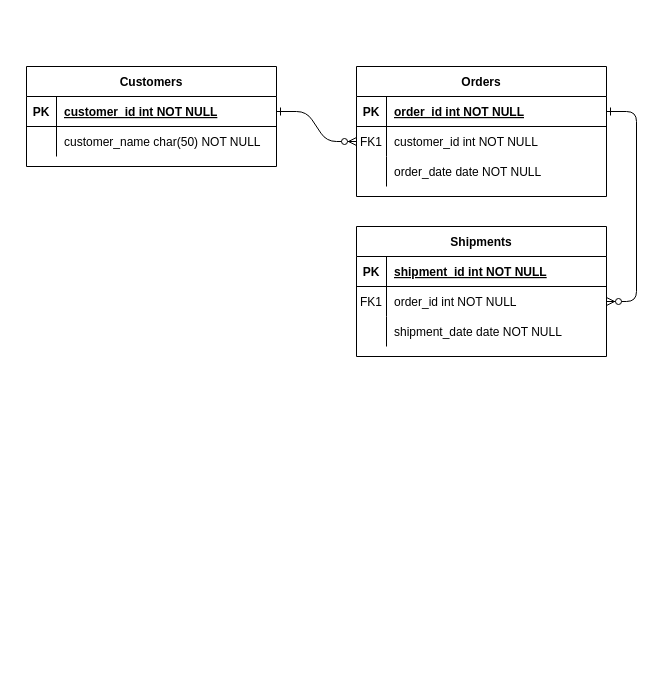
nataleletizia/ServizzGov keeps this draw.io diagram as ServizzGov.drawio. Above is the earlier version. Source tidied: cells renumbered, new cells numbered last; positions are measured from the earlier drawing's top-left corner, leaving out a move shared by most shapes. Both pictures are drawn from the tidied source at 100%, with x=0, y=0 at pixel (26, 66).
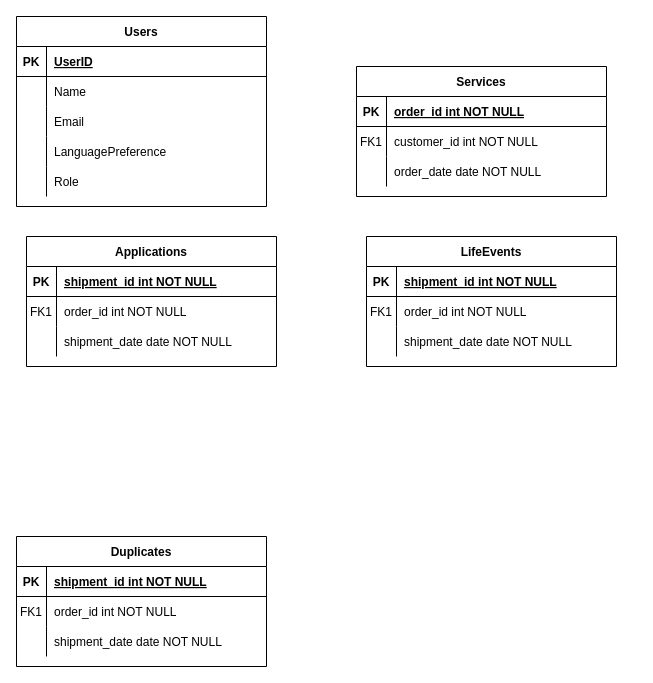
After the change.

The change refers to these unchanged cells:
```xml
<mxCell id="5" style="shape=partialRectangle;fillColor=none;points=[[0,0.5],[1,0.5]];portConstraint=eastwest;top=0;left=0;right=0;bottom=1;" parent="4" vertex="1">
  <mxGeometry y="30" width="250" height="30" as="geometry" />
</mxCell>
<mxCell id="8" style="shape=partialRectangle;fillColor=none;points=[[0,0.5],[1,0.5]];portConstraint=eastwest;top=0;left=0;right=0;bottom=0;" parent="4" vertex="1">
  <mxGeometry y="60" width="250" height="30" as="geometry" />
</mxCell>
<mxCell id="18" style="shape=partialRectangle;fillColor=none;points=[[0,0.5],[1,0.5]];portConstraint=eastwest;top=0;left=0;right=0;bottom=0;" parent="14" vertex="1">
  <mxGeometry y="60" width="250" height="30" as="geometry" />
</mxCell>
<mxCell id="25" style="shape=partialRectangle;fillColor=none;points=[[0,0.5],[1,0.5]];portConstraint=eastwest;top=0;left=0;right=0;bottom=1;" parent="24" vertex="1">
  <mxGeometry y="30" width="250" height="30" as="geometry" />
</mxCell>
<mxCell id="28" style="shape=partialRectangle;fillColor=none;top=0;left=0;right=0;bottom=0;" parent="24" vertex="1">
  <mxGeometry y="60" width="250" height="30" as="geometry" />
</mxCell>
```

What changed in the source:
```diff
@@
-    <mxCell id="2" style="edgeStyle=entityRelationEdgeStyle;endArrow=ERzeroToMany;startArrow=ERone;endFill=1;startFill=0;" parent="1" edge="1" source="25" target="8">
-      <mxGeometry relative="1" as="geometry" />
-    </mxCell>
-    <mxCell id="3" style="edgeStyle=entityRelationEdgeStyle;endArrow=ERzeroToMany;startArrow=ERone;endFill=1;startFill=0;" parent="1" edge="1" source="5" target="18">
-      <mxGeometry relative="1" as="geometry" />
-    </mxCell>
-    <mxCell id="4" value="Orders" style="shape=table;startSize=30;childLayout=tableLayout;rowLines=0;fontStyle=1;align=center;" parent="1" vertex="1">
+    <mxCell id="4" value="Services" style="shape=table;startSize=30;childLayout=tableLayout;rowLines=0;fontStyle=1;align=center;" parent="1" vertex="1">
       <mxGeometry x="330" width="250" height="130" as="geometry" />
     </mxCell>
@@
-    <mxCell id="14" value="Shipments" style="shape=table;startSize=30;childLayout=tableLayout;rowLines=0;fontStyle=1;align=center;" parent="1" vertex="1">
-      <mxGeometry x="330" y="160" width="250" height="130" as="geometry" />
+    <mxCell id="14" value="Applications" style="shape=table;startSize=30;childLayout=tableLayout;rowLines=0;fontStyle=1;align=center;" parent="1" vertex="1">
+      <mxGeometry y="170" width="250" height="130" as="geometry" />
     </mxCell>
@@
-    <mxCell id="24" value="Customers" style="shape=table;startSize=30;childLayout=tableLayout;rowLines=0;fontStyle=1;align=center;" parent="1" vertex="1">
-      <mxGeometry width="250" height="100" as="geometry" />
+    <mxCell id="24" value="Users" style="shape=table;startSize=30;childLayout=tableLayout;rowLines=0;fontStyle=1;align=center;" parent="1" vertex="1">
+      <mxGeometry x="-10" y="-50" width="250" height="190" as="geometry" />
     </mxCell>
@@
-    <mxCell id="27" value="customer_id int NOT NULL " style="shape=partialRectangle;overflow=hidden;fillColor=none;top=0;left=0;bottom=0;right=0;align=left;spacingLeft=6;fontStyle=5;" parent="25" vertex="1">
+    <mxCell id="27" value="UserID" style="shape=partialRectangle;overflow=hidden;fillColor=none;top=0;left=0;bottom=0;right=0;align=left;spacingLeft=6;fontStyle=5;" parent="25" vertex="1">
       <mxGeometry x="30" width="220" height="30" as="geometry" />
     </mxCell>
@@
-    <mxCell id="30" value="customer_name char(50) NOT NULL" style="shape=partialRectangle;overflow=hidden;fillColor=none;top=0;left=0;bottom=0;right=0;align=left;spacingLeft=6;" parent="28" vertex="1">
+    <mxCell id="30" value="Name" style="shape=partialRectangle;overflow=hidden;fillColor=none;top=0;left=0;bottom=0;right=0;align=left;spacingLeft=6;" parent="28" vertex="1">
       <mxGeometry x="30" width="220" height="30" as="geometry" />
     </mxCell>
+    <mxCell id="31" style="shape=partialRectangle;fillColor=none;top=0;left=0;right=0;bottom=0;" parent="24" vertex="1">
+      <mxGeometry y="90" width="250" height="30" as="geometry" />
+    </mxCell>
+    <mxCell id="32" style="shape=partialRectangle;overflow=hidden;fillColor=none;top=0;left=0;bottom=0;right=0;" parent="31" vertex="1">
+      <mxGeometry width="30" height="30" as="geometry" />
+    </mxCell>
+    <mxCell id="33" value="Email" style="shape=partialRectangle;overflow=hidden;fillColor=none;top=0;left=0;bottom=0;right=0;align=left;spacingLeft=6;" parent="31" vertex="1">
+      <mxGeometry x="30" width="220" height="30" as="geometry" />
+    </mxCell>
+    <mxCell id="34" style="shape=partialRectangle;fillColor=none;top=0;left=0;right=0;bottom=0;" parent="24" vertex="1">
+      <mxGeometry y="120" width="250" height="30" as="geometry" />
+    </mxCell>
+    <mxCell id="35" style="shape=partialRectangle;overflow=hidden;fillColor=none;top=0;left=0;bottom=0;right=0;" parent="34" vertex="1">
+      <mxGeometry width="30" height="30" as="geometry" />
+    </mxCell>
+    <mxCell id="36" value="LanguagePreference" style="shape=partialRectangle;overflow=hidden;fillColor=none;top=0;left=0;bottom=0;right=0;align=left;spacingLeft=6;" parent="34" vertex="1">
+      <mxGeometry x="30" width="220" height="30" as="geometry" />
+    </mxCell>
+    <mxCell id="37" style="shape=partialRectangle;fillColor=none;top=0;left=0;right=0;bottom=0;" parent="24" vertex="1">
+      <mxGeometry y="150" width="250" height="30" as="geometry" />
+    </mxCell>
+    <mxCell id="38" style="shape=partialRectangle;overflow=hidden;fillColor=none;top=0;left=0;bottom=0;right=0;" parent="37" vertex="1">
+      <mxGeometry width="30" height="30" as="geometry" />
+    </mxCell>
+    <mxCell id="39" value="Role" style="shape=partialRectangle;overflow=hidden;fillColor=none;top=0;left=0;bottom=0;right=0;align=left;spacingLeft=6;" parent="37" vertex="1">
+      <mxGeometry x="30" width="220" height="30" as="geometry" />
+    </mxCell>
+    <mxCell id="40" value="LifeEvents" style="shape=table;startSize=30;childLayout=tableLayout;rowLines=0;fontStyle=1;align=center;" parent="1" vertex="1">
+      <mxGeometry x="340" y="170" width="250" height="130" as="geometry" />
+    </mxCell>
+    <mxCell id="41" style="shape=partialRectangle;fillColor=none;top=0;left=0;right=0;bottom=1;" parent="40" vertex="1">
+      <mxGeometry y="30" width="250" height="30" as="geometry" />
+    </mxCell>
+    <mxCell id="42" value="PK" style="shape=partialRectangle;overflow=hidden;fillColor=none;top=0;left=0;bottom=0;right=0;fontStyle=1;" parent="41" vertex="1">
+      <mxGeometry width="30" height="30" as="geometry" />
+    </mxCell>
+    <mxCell id="43" value="shipment_id int NOT NULL " style="shape=partialRectangle;overflow=hidden;fillColor=none;top=0;left=0;bottom=0;right=0;align=left;spacingLeft=6;fontStyle=5;" parent="41" vertex="1">
+      <mxGeometry x="30" width="220" height="30" as="geometry" />
+    </mxCell>
+    <mxCell id="44" style="shape=partialRectangle;fillColor=none;top=0;left=0;right=0;bottom=0;" parent="40" vertex="1">
+      <mxGeometry y="60" width="250" height="30" as="geometry" />
+    </mxCell>
+    <mxCell id="45" value="FK1" style="shape=partialRectangle;overflow=hidden;fillColor=none;top=0;left=0;bottom=0;right=0;" parent="44" vertex="1">
+      <mxGeometry width="30" height="30" as="geometry" />
+    </mxCell>
+    <mxCell id="46" value="order_id int NOT NULL" style="shape=partialRectangle;overflow=hidden;fillColor=none;top=0;left=0;bottom=0;right=0;align=left;spacingLeft=6;" parent="44" vertex="1">
+      <mxGeometry x="30" width="220" height="30" as="geometry" />
+    </mxCell>
+    <mxCell id="47" style="shape=partialRectangle;fillColor=none;top=0;left=0;right=0;bottom=0;" parent="40" vertex="1">
+      <mxGeometry y="90" width="250" height="30" as="geometry" />
+    </mxCell>
+    <mxCell id="48" style="shape=partialRectangle;overflow=hidden;fillColor=none;top=0;left=0;bottom=0;right=0;" parent="47" vertex="1">
+      <mxGeometry width="30" height="30" as="geometry" />
+    </mxCell>
+    <mxCell id="49" value="shipment_date date NOT NULL" style="shape=partialRectangle;overflow=hidden;fillColor=none;top=0;left=0;bottom=0;right=0;align=left;spacingLeft=6;" parent="47" vertex="1">
+      <mxGeometry x="30" width="220" height="30" as="geometry" />
+    </mxCell>
+    <mxCell id="50" value="Duplicates" style="shape=table;startSize=30;childLayout=tableLayout;rowLines=0;fontStyle=1;align=center;" parent="1" vertex="1">
+      <mxGeometry x="-10" y="470" width="250" height="130" as="geometry" />
+    </mxCell>
+    <mxCell id="51" style="shape=partialRectangle;fillColor=none;top=0;left=0;right=0;bottom=1;" parent="50" vertex="1">
+      <mxGeometry y="30" width="250" height="30" as="geometry" />
+    </mxCell>
+    <mxCell id="52" value="PK" style="shape=partialRectangle;overflow=hidden;fillColor=none;top=0;left=0;bottom=0;right=0;fontStyle=1;" parent="51" vertex="1">
+      <mxGeometry width="30" height="30" as="geometry" />
+    </mxCell>
+    <mxCell id="53" value="shipment_id int NOT NULL " style="shape=partialRectangle;overflow=hidden;fillColor=none;top=0;left=0;bottom=0;right=0;align=left;spacingLeft=6;fontStyle=5;" parent="51" vertex="1">
+      <mxGeometry x="30" width="220" height="30" as="geometry" />
+    </mxCell>
+    <mxCell id="54" style="shape=partialRectangle;fillColor=none;top=0;left=0;right=0;bottom=0;" parent="50" vertex="1">
+      <mxGeometry y="60" width="250" height="30" as="geometry" />
+    </mxCell>
+    <mxCell id="55" value="FK1" style="shape=partialRectangle;overflow=hidden;fillColor=none;top=0;left=0;bottom=0;right=0;" parent="54" vertex="1">
+      <mxGeometry width="30" height="30" as="geometry" />
+    </mxCell>
+    <mxCell id="56" value="order_id int NOT NULL" style="shape=partialRectangle;overflow=hidden;fillColor=none;top=0;left=0;bottom=0;right=0;align=left;spacingLeft=6;" parent="54" vertex="1">
+      <mxGeometry x="30" width="220" height="30" as="geometry" />
+    </mxCell>
+    <mxCell id="57" style="shape=partialRectangle;fillColor=none;top=0;left=0;right=0;bottom=0;" parent="50" vertex="1">
+      <mxGeometry y="90" width="250" height="30" as="geometry" />
+    </mxCell>
+    <mxCell id="58" style="shape=partialRectangle;overflow=hidden;fillColor=none;top=0;left=0;bottom=0;right=0;" parent="57" vertex="1">
+      <mxGeometry width="30" height="30" as="geometry" />
+    </mxCell>
+    <mxCell id="59" value="shipment_date date NOT NULL" style="shape=partialRectangle;overflow=hidden;fillColor=none;top=0;left=0;bottom=0;right=0;align=left;spacingLeft=6;" parent="57" vertex="1">
+      <mxGeometry x="30" width="220" height="30" as="geometry" />
+    </mxCell>
```
